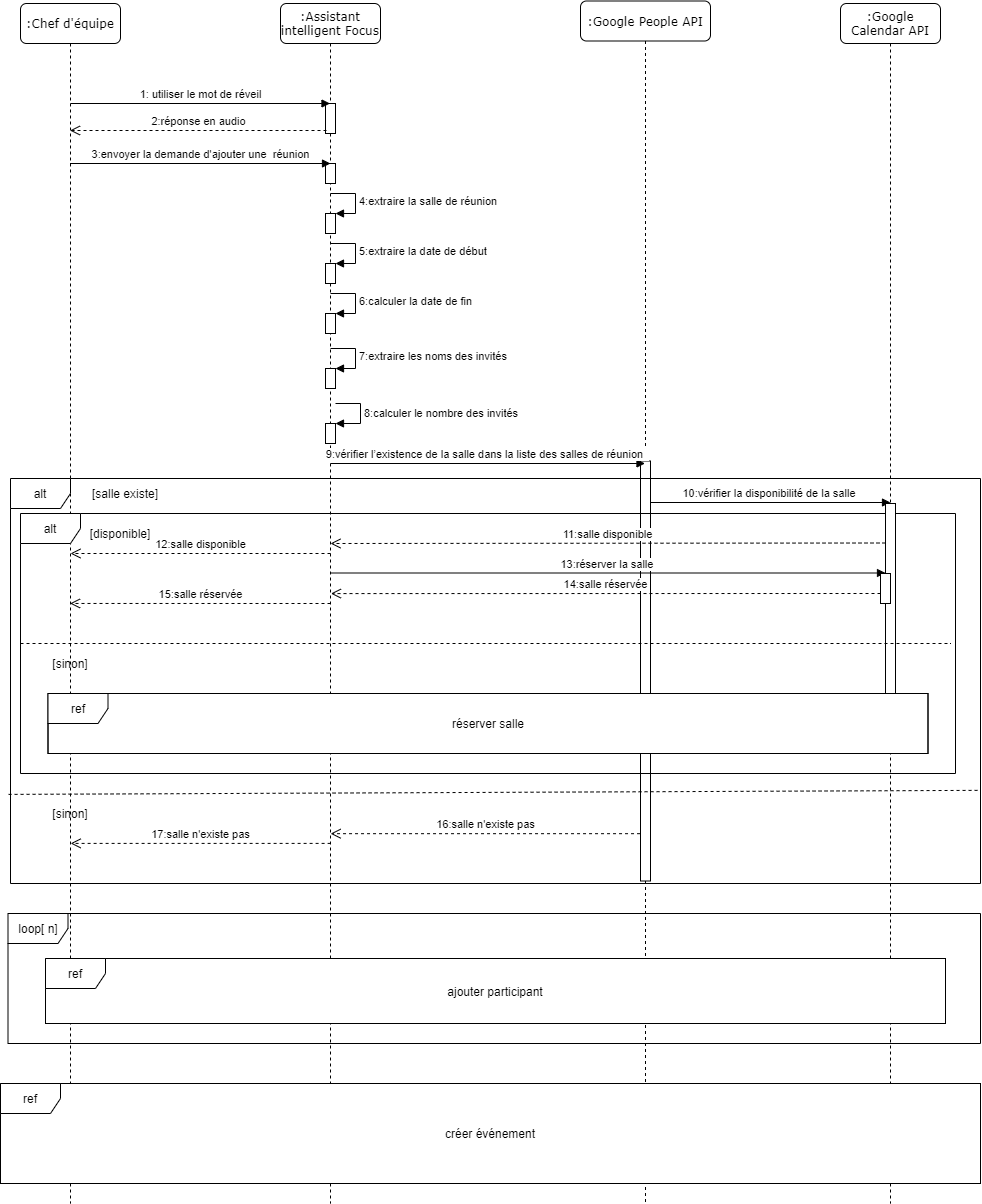
The draw.io diagram finalregskill.png in hanabouzid/diagrams, before a commit. Source tidied: cells renumbered, new cells last; positions are measured from the earlier drawing's top-left corner, leaving out a move shared by most shapes.
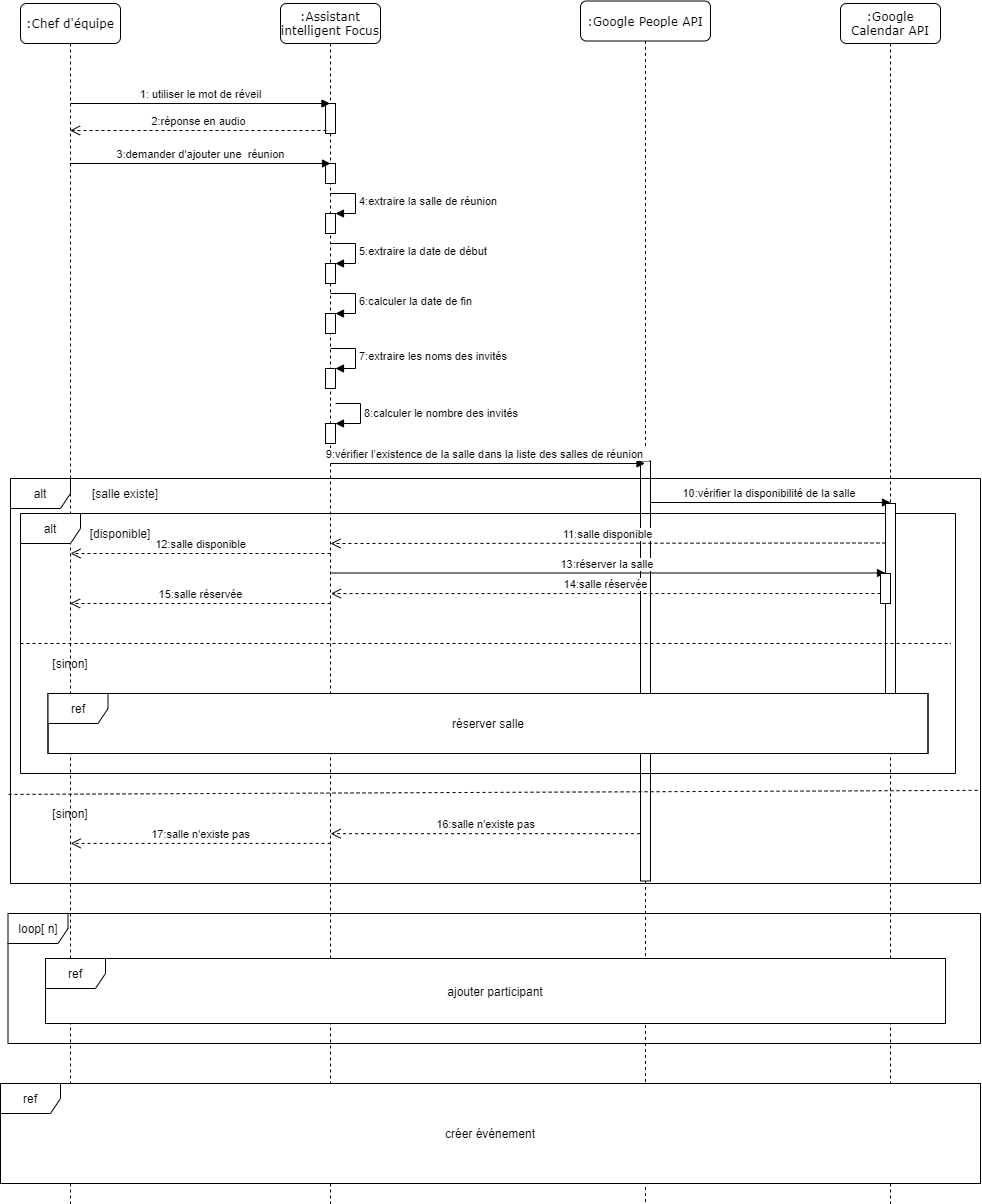
Above is the later version.

Change to the diagram source:
```diff
@@ -80,7 +80,7 @@
         <mxPoint x="69.5" y="129" as="targetPoint" />
       </mxGeometry>
     </mxCell>
-    <mxCell id="20" value="3:envoyer la demande d'ajouter une&amp;nbsp; réunion" style="html=1;verticalAlign=bottom;endArrow=block;" parent="1" edge="1" source="2">
+    <mxCell id="20" value="3:demander d'ajouter une&amp;nbsp; réunion" style="html=1;verticalAlign=bottom;endArrow=block;" parent="1" edge="1" source="2">
       <mxGeometry relative="1" as="geometry">
         <mxPoint x="330" y="162" as="targetPoint" />
       </mxGeometry>
```
